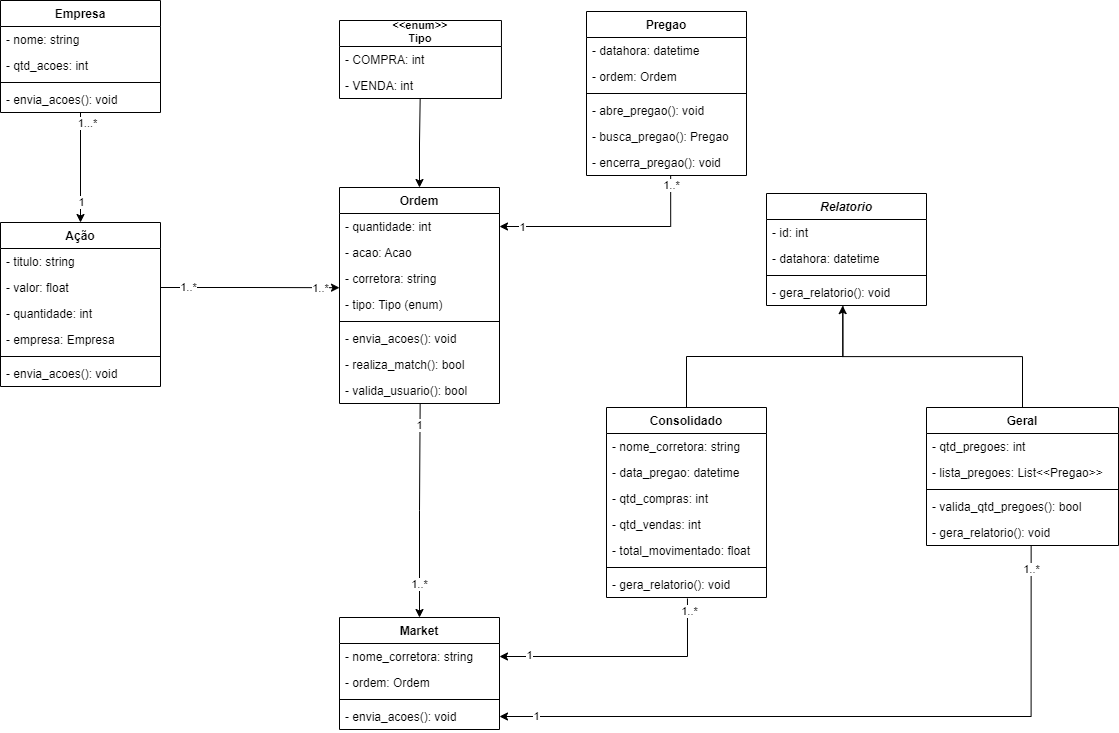
milenatteixeira/stockfei keeps this draw.io diagram as dealbroker/classes/diagrama-classe.png. Above is the earlier version. Source tidied: cells renumbered, new cells last; positions are measured from the earlier drawing's top-left corner, leaving out a move shared by most shapes.
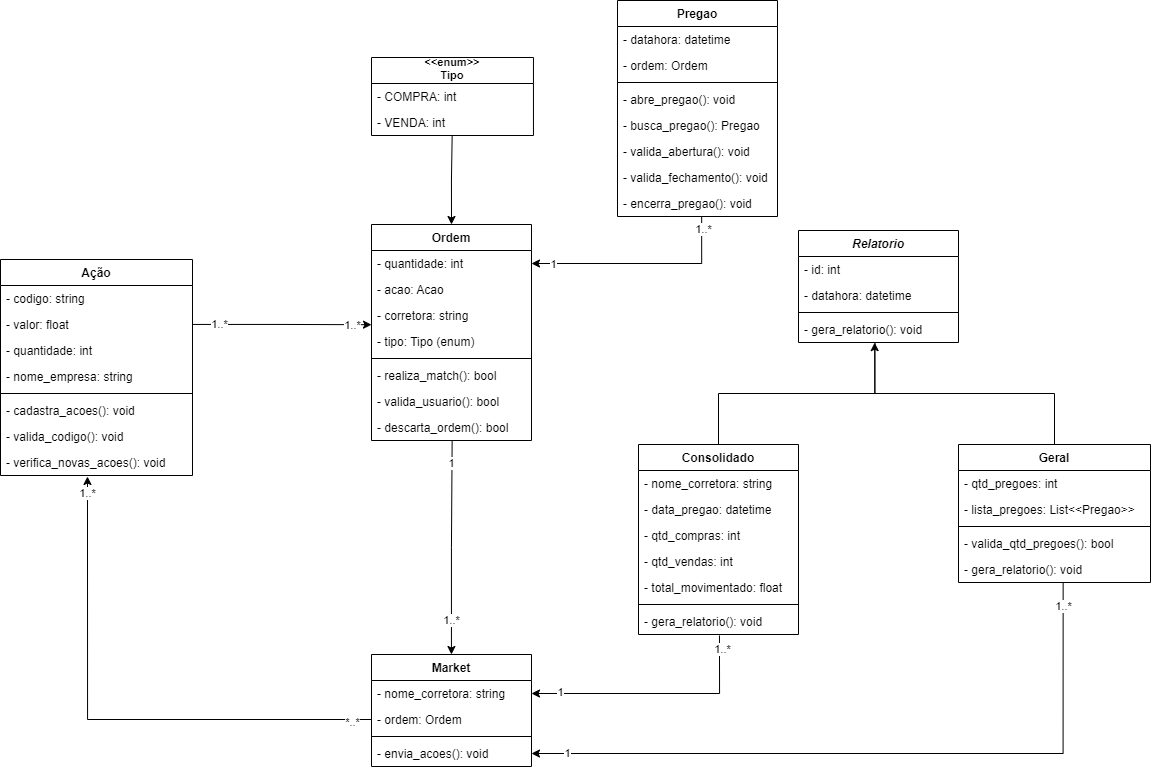
Above is the later version.

Diff of the diagram source:
```diff
@@ -2,19 +2,6 @@
   <root>
     <mxCell id="0" />
     <mxCell id="1" parent="0" />
-    <mxCell id="2" style="edgeStyle=orthogonalEdgeStyle;rounded=0;jettySize=auto;html=1;endArrow=none;endFill=0;startArrow=classic;startFill=1;entryX=0.5;entryY=1.008;entryDx=0;entryDy=0;exitX=0.5;exitY=0;exitDx=0;exitDy=0;entryPerimeter=0;" parent="1" edge="1" source="51" target="62">
-      <mxGeometry relative="1" as="geometry" />
-    </mxCell>
-    <mxCell id="3" value="1...*" style="edgeLabel;html=1;align=center;verticalAlign=middle;" parent="2" vertex="1">
-      <mxGeometry x="0.83" y="-1" relative="1" as="geometry">
-        <mxPoint x="5" as="offset" />
-      </mxGeometry>
-    </mxCell>
-    <mxCell id="4" value="1" style="edgeLabel;html=1;align=center;verticalAlign=middle;" parent="2" vertex="1">
-      <mxGeometry x="-0.84" relative="1" as="geometry">
-        <mxPoint y="-12" as="offset" />
-      </mxGeometry>
-    </mxCell>
     <mxCell id="5" style="edgeStyle=orthogonalEdgeStyle;rounded=0;jettySize=auto;html=1;entryX=0.504;entryY=1.026;entryDx=0;entryDy=0;entryPerimeter=0;fontSize=11;startArrow=classic;startFill=1;endArrow=none;endFill=0;" parent="1" edge="1" source="8" target="50">
       <mxGeometry relative="1" as="geometry" />
     </mxCell>
@@ -44,7 +31,7 @@
       <mxGeometry y="86" width="160" height="26" as="geometry" />
     </mxCell>
     <mxCell id="13" value="Pregao" style="swimlane;fontStyle=1;align=center;verticalAlign=top;horizontal=1;startSize=26;" parent="1" vertex="1">
-      <mxGeometry x="586" y="11" width="160" height="164" as="geometry" />
+      <mxGeometry x="585" y="-37" width="160" height="216" as="geometry" />
     </mxCell>
     <mxCell id="14" value="- datahora: datetime" style="text;strokeColor=none;fillColor=none;align=left;verticalAlign=top;spacingLeft=4;spacingRight=4;overflow=hidden;" parent="13" vertex="1">
       <mxGeometry y="26" width="160" height="26" as="geometry" />
@@ -61,8 +48,14 @@
     <mxCell id="18" value="- busca_pregao(): Pregao" style="text;strokeColor=none;fillColor=none;align=left;verticalAlign=top;spacingLeft=4;spacingRight=4;overflow=hidden;" parent="13" vertex="1">
       <mxGeometry y="112" width="160" height="26" as="geometry" />
     </mxCell>
+    <mxCell id="78" value="- valida_abertura(): void" style="text;strokeColor=none;fillColor=none;align=left;verticalAlign=top;spacingLeft=4;spacingRight=4;overflow=hidden;" parent="13" vertex="1">
+      <mxGeometry y="138" width="160" height="26" as="geometry" />
+    </mxCell>
+    <mxCell id="79" value="- valida_fechamento(): void" style="text;strokeColor=none;fillColor=none;align=left;verticalAlign=top;spacingLeft=4;spacingRight=4;overflow=hidden;" parent="13" vertex="1">
+      <mxGeometry y="164" width="160" height="26" as="geometry" />
+    </mxCell>
     <mxCell id="19" value="- encerra_pregao(): void" style="text;strokeColor=none;fillColor=none;align=left;verticalAlign=top;spacingLeft=4;spacingRight=4;overflow=hidden;points=[[0,0.5],[1,0.5]];portConstraint=eastwest;" parent="13" vertex="1">
-      <mxGeometry y="138" width="160" height="26" as="geometry" />
+      <mxGeometry y="190" width="160" height="26" as="geometry" />
     </mxCell>
     <mxCell id="20" value="Relatorio" style="swimlane;fontStyle=3;align=center;verticalAlign=top;horizontal=1;startSize=26;" parent="1" vertex="1">
       <mxGeometry x="766" y="193" width="160" height="112" as="geometry" />
@@ -150,51 +143,42 @@
     <mxCell id="47" style="line;strokeWidth=1;fillColor=none;align=left;verticalAlign=middle;spacingTop=-1;spacingLeft=3;spacingRight=3;labelPosition=right;" parent="42" vertex="1">
       <mxGeometry y="130" width="160" height="8" as="geometry" />
     </mxCell>
-    <mxCell id="48" value="- envia_acoes(): void" style="text;strokeColor=none;fillColor=none;align=left;verticalAlign=top;spacingLeft=4;spacingRight=4;overflow=hidden;" parent="42" vertex="1">
-      <mxGeometry y="138" width="160" height="26" as="geometry" />
-    </mxCell>
     <mxCell id="49" value="- realiza_match(): bool" style="text;strokeColor=none;fillColor=none;align=left;verticalAlign=top;spacingLeft=4;spacingRight=4;overflow=hidden;" parent="42" vertex="1">
-      <mxGeometry y="164" width="160" height="26" as="geometry" />
+      <mxGeometry y="138" width="160" height="26" as="geometry" />
     </mxCell>
+    <mxCell id="80" value="- valida_usuario(): bool" style="text;strokeColor=none;fillColor=none;align=left;verticalAlign=top;spacingLeft=4;spacingRight=4;overflow=hidden;" parent="42" vertex="1">
+      <mxGeometry y="164" width="160" height="26" as="geometry" />
+    </mxCell>
-    <mxCell id="50" value="- valida_usuario(): bool" style="text;strokeColor=none;fillColor=none;align=left;verticalAlign=top;spacingLeft=4;spacingRight=4;overflow=hidden;points=[[0,0.5],[1,0.5]];portConstraint=eastwest;" parent="42" vertex="1">
+    <mxCell id="50" value="- descarta_ordem(): bool" style="text;strokeColor=none;fillColor=none;align=left;verticalAlign=top;spacingLeft=4;spacingRight=4;overflow=hidden;points=[[0,0.5],[1,0.5]];portConstraint=eastwest;" parent="42" vertex="1">
       <mxGeometry y="190" width="160" height="26" as="geometry" />
     </mxCell>
     <mxCell id="51" value="Ação" style="swimlane;fontStyle=1;align=center;verticalAlign=top;horizontal=1;startSize=26;" parent="1" vertex="1">
-      <mxGeometry y="222" width="160" height="164" as="geometry" />
+      <mxGeometry x="-32" y="222" width="192" height="216" as="geometry" />
     </mxCell>
-    <mxCell id="52" value="- titulo: string" style="text;strokeColor=none;fillColor=none;align=left;verticalAlign=top;spacingLeft=4;spacingRight=4;overflow=hidden;" parent="51" vertex="1">
-      <mxGeometry y="26" width="160" height="26" as="geometry" />
+    <mxCell id="52" value="- codigo: string" style="text;strokeColor=none;fillColor=none;align=left;verticalAlign=top;spacingLeft=4;spacingRight=4;overflow=hidden;" parent="51" vertex="1">
+      <mxGeometry y="26" width="192" height="26" as="geometry" />
     </mxCell>
     <mxCell id="53" value="- valor: float" style="text;strokeColor=none;fillColor=none;align=left;verticalAlign=top;spacingLeft=4;spacingRight=4;overflow=hidden;points=[[0,0.5],[1,0.5]];portConstraint=eastwest;" parent="51" vertex="1">
-      <mxGeometry y="52" width="160" height="26" as="geometry" />
+      <mxGeometry y="52" width="192" height="26" as="geometry" />
     </mxCell>
     <mxCell id="54" value="- quantidade: int" style="text;strokeColor=none;fillColor=none;align=left;verticalAlign=top;spacingLeft=4;spacingRight=4;overflow=hidden;" parent="51" vertex="1">
-      <mxGeometry y="78" width="160" height="26" as="geometry" />
+      <mxGeometry y="78" width="192" height="26" as="geometry" />
     </mxCell>
-    <mxCell id="55" value="- empresa: Empresa" style="text;strokeColor=none;fillColor=none;align=left;verticalAlign=top;spacingLeft=4;spacingRight=4;overflow=hidden;" parent="51" vertex="1">
-      <mxGeometry y="104" width="160" height="26" as="geometry" />
+    <mxCell id="55" value="- nome_empresa: string" style="text;strokeColor=none;fillColor=none;align=left;verticalAlign=top;spacingLeft=4;spacingRight=4;overflow=hidden;" parent="51" vertex="1">
+      <mxGeometry y="104" width="192" height="26" as="geometry" />
     </mxCell>
     <mxCell id="56" style="line;strokeWidth=1;fillColor=none;align=left;verticalAlign=middle;spacingTop=-1;spacingLeft=3;spacingRight=3;labelPosition=right;" parent="51" vertex="1">
-      <mxGeometry y="130" width="160" height="8" as="geometry" />
+      <mxGeometry y="130" width="192" height="8" as="geometry" />
     </mxCell>
-    <mxCell id="57" value="- envia_acoes(): void" style="text;strokeColor=none;fillColor=none;align=left;verticalAlign=top;spacingLeft=4;spacingRight=4;overflow=hidden;" parent="51" vertex="1">
-      <mxGeometry y="138" width="160" height="26" as="geometry" />
-    </mxCell>
-    <mxCell id="58" value="Empresa" style="swimlane;fontStyle=1;align=center;verticalAlign=top;horizontal=1;startSize=26;" parent="1" vertex="1">
-      <mxGeometry width="160" height="112" as="geometry" />
-    </mxCell>
-    <mxCell id="59" value="- nome: string" style="text;strokeColor=none;fillColor=none;align=left;verticalAlign=top;spacingLeft=4;spacingRight=4;overflow=hidden;" parent="58" vertex="1">
-      <mxGeometry y="26" width="160" height="26" as="geometry" />
-    </mxCell>
-    <mxCell id="60" value="- qtd_acoes: int" style="text;strokeColor=none;fillColor=none;align=left;verticalAlign=top;spacingLeft=4;spacingRight=4;overflow=hidden;" parent="58" vertex="1">
-      <mxGeometry y="52" width="160" height="26" as="geometry" />
-    </mxCell>
-    <mxCell id="61" style="line;strokeWidth=1;fillColor=none;align=left;verticalAlign=middle;spacingTop=-1;spacingLeft=3;spacingRight=3;labelPosition=right;" parent="58" vertex="1">
-      <mxGeometry y="78" width="160" height="8" as="geometry" />
-    </mxCell>
-    <mxCell id="62" value="- envia_acoes(): void" style="text;strokeColor=none;fillColor=none;align=left;verticalAlign=top;spacingLeft=4;spacingRight=4;overflow=hidden;points=[[0,0.5],[1,0.5]];portConstraint=eastwest;" parent="58" vertex="1">
-      <mxGeometry y="86" width="160" height="26" as="geometry" />
-    </mxCell>
+    <mxCell id="81" value="- cadastra_acoes(): void" style="text;strokeColor=none;fillColor=none;align=left;verticalAlign=top;spacingLeft=4;spacingRight=4;overflow=hidden;" parent="51" vertex="1">
+      <mxGeometry y="138" width="192" height="26" as="geometry" />
+    </mxCell>
+    <mxCell id="82" value="- valida_codigo(): void" style="text;strokeColor=none;fillColor=none;align=left;verticalAlign=top;spacingLeft=4;spacingRight=4;overflow=hidden;" parent="51" vertex="1">
+      <mxGeometry y="164" width="192" height="26" as="geometry" />
+    </mxCell>
+    <mxCell id="83" value="- verifica_novas_acoes(): void" style="text;strokeColor=none;fillColor=none;align=left;verticalAlign=top;spacingLeft=4;spacingRight=4;overflow=hidden;points=[[0,0.5],[1,0.5]];portConstraint=eastwest;" parent="51" vertex="1">
+      <mxGeometry y="190" width="192" height="26" as="geometry" />
+    </mxCell>
     <mxCell id="63" value="&lt;&lt;enum&gt;&gt;&#10;Tipo" style="swimlane;fontStyle=1;align=center;verticalAlign=top;horizontal=1;startSize=26;spacingTop=-7;spacing=1;fontSize=11;" parent="1" vertex="1">
       <mxGeometry x="339" y="20" width="162" height="78" as="geometry" />
     </mxCell>
@@ -243,8 +227,17 @@
     </mxCell>
     <mxCell id="77" value="1..*" style="edgeLabel;html=1;align=center;verticalAlign=middle;fontSize=11;" parent="75" vertex="1">
       <mxGeometry x="0.95" relative="1" as="geometry">
-        <mxPoint y="4" as="offset" />
+        <mxPoint x="1" y="7" as="offset" />
       </mxGeometry>
     </mxCell>
+    <mxCell id="84" style="edgeStyle=orthogonalEdgeStyle;rounded=0;jettySize=auto;html=1;entryX=0.453;entryY=1.038;entryDx=0;entryDy=0;entryPerimeter=0;" parent="1" edge="1" source="10" target="83">
+      <mxGeometry relative="1" as="geometry" />
+    </mxCell>
+    <mxCell id="85" value="1..*" style="edgeLabel;html=1;align=center;verticalAlign=middle;" parent="84" vertex="1">
+      <mxGeometry x="0.94" y="1" relative="1" as="geometry" />
+    </mxCell>
+    <mxCell id="86" value="*..*" style="edgeLabel;html=1;align=center;verticalAlign=middle;" parent="84" vertex="1">
+      <mxGeometry x="-0.92" y="2" relative="1" as="geometry" />
+    </mxCell>
   </root>
 </mxGraphModel>
```
